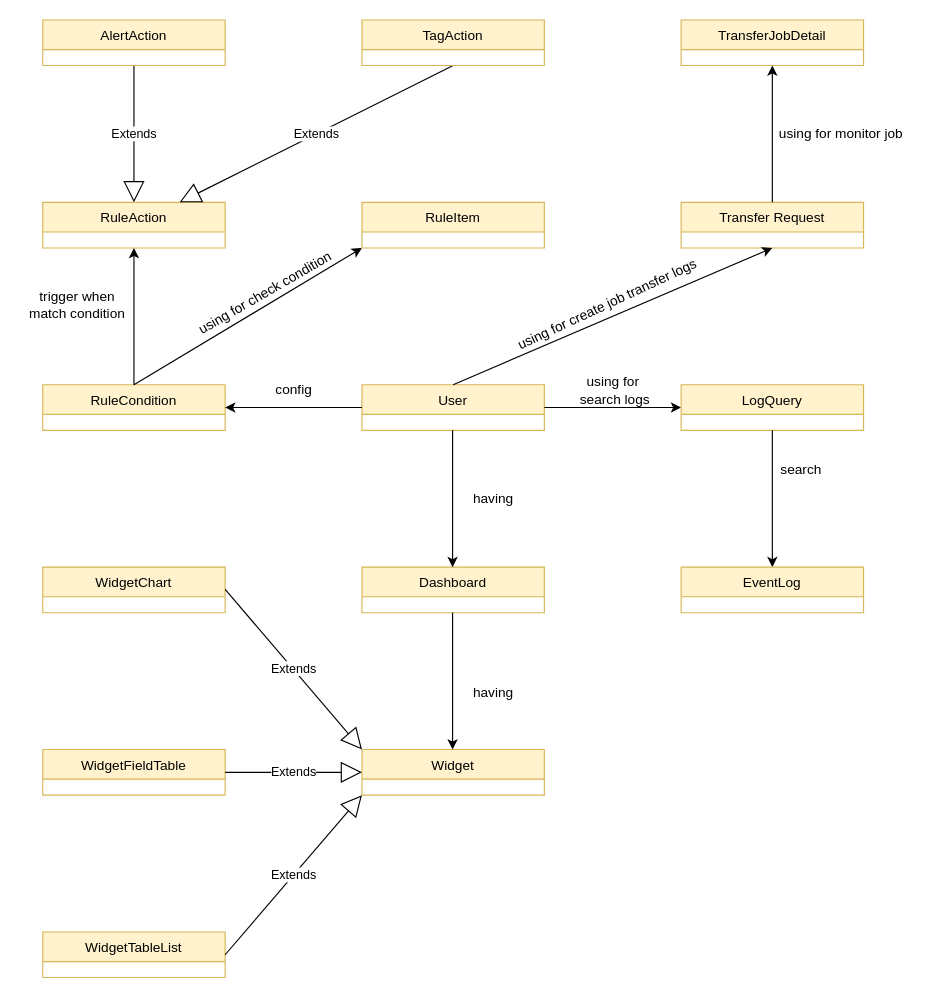
The draw.io diagram Untitled Diagram.drawio in ndhcoder/my-configs, before the edit. Source tidied: cells renumbered, new cells numbered last; positions are measured from the earlier drawing's top-left corner, leaving out a move shared by most shapes. Both pictures are drawn from the tidied source at 114%, with x=0, y=0 at pixel (19, 19).
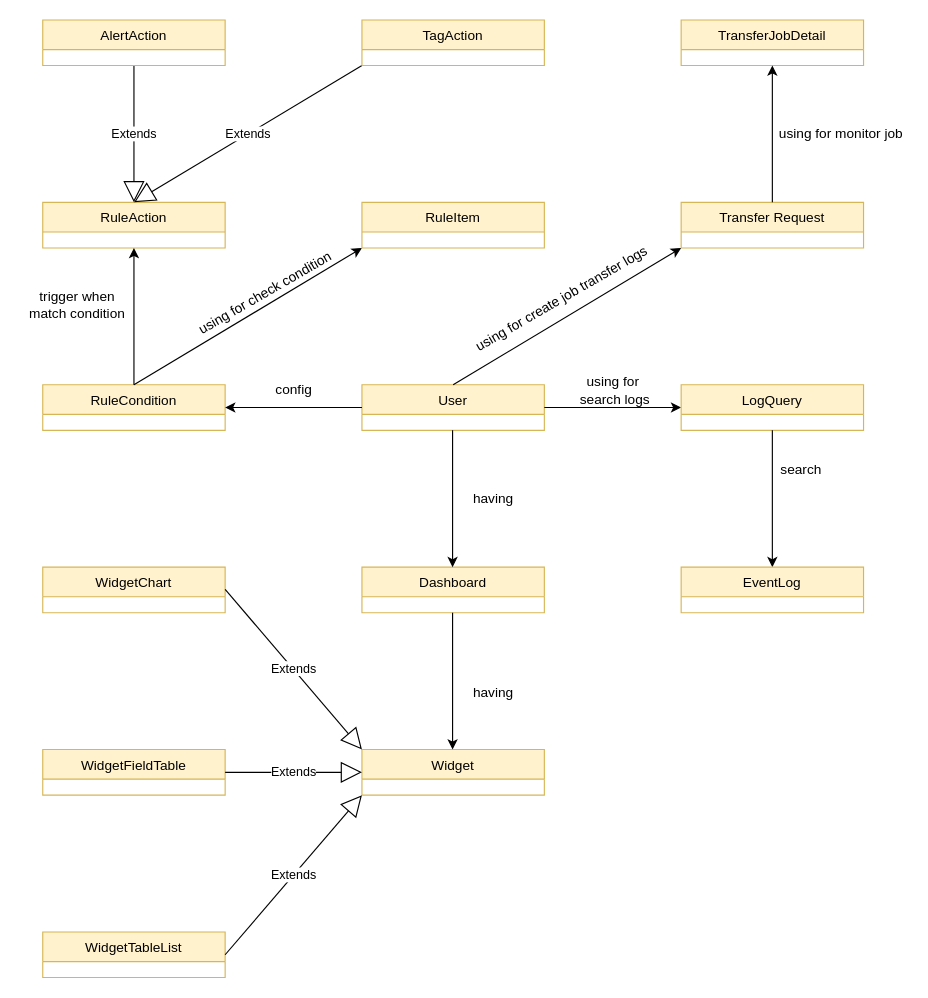
After the change.

The change refers to these unchanged cells:
```xml
<mxCell id="2" value="User" style="swimlane;fontStyle=0;align=center;verticalAlign=top;horizontal=1;startSize=26;rounded=0;shadow=0;strokeWidth=1;fillColor=#fff2cc;strokeColor=#d6b656;" parent="1" vertex="1">
  <mxGeometry x="300" y="320" width="160" height="40" as="geometry" />
</mxCell>
<mxCell id="4" value="RuleAction" style="swimlane;fontStyle=0;align=center;verticalAlign=top;horizontal=1;startSize=26;rounded=0;shadow=0;strokeWidth=1;fillColor=#fff2cc;strokeColor=#d6b656;" parent="1" vertex="1">
  <mxGeometry x="20" y="160" width="160" height="40" as="geometry" />
</mxCell>
<mxCell id="7" value="Transfer Request" style="swimlane;fontStyle=0;align=center;verticalAlign=top;horizontal=1;startSize=26;rounded=0;shadow=0;strokeWidth=1;fillColor=#fff2cc;strokeColor=#d6b656;" parent="1" vertex="1">
  <mxGeometry x="580" y="160" width="160" height="40" as="geometry" />
</mxCell>
<mxCell id="32" value="TagAction" style="swimlane;fontStyle=0;align=center;verticalAlign=top;horizontal=1;startSize=26;rounded=0;shadow=0;strokeWidth=1;fillColor=#fff2cc;strokeColor=#d6b656;" parent="1" vertex="1">
  <mxGeometry x="300" width="160" height="40" as="geometry" />
</mxCell>
```

What changed in the source:
```diff
@@
-    <mxCell id="26" value="Extends" style="endArrow=block;endSize=16;endFill=0;html=1;exitX=0.5;exitY=1;exitDx=0;exitDy=0;entryX=0.75;entryY=0;entryDx=0;entryDy=0;" parent="1" edge="1" source="32" target="4">
+    <mxCell id="26" value="Extends" style="endArrow=block;endSize=16;endFill=0;html=1;exitX=0;exitY=1;exitDx=0;exitDy=0;entryX=0.5;entryY=0;entryDx=0;entryDy=0;" parent="1" edge="1" source="32" target="4">
       <mxGeometry relative="1" as="geometry" />
     </mxCell>
@@
-    <mxCell id="36" style="endArrow=classic;html=1;entryX=0.5;entryY=1;entryDx=0;entryDy=0;exitX=0.5;exitY=0;exitDx=0;exitDy=0;" parent="1" edge="1" source="2" target="7">
+    <mxCell id="36" style="endArrow=classic;html=1;entryX=0;entryY=1;entryDx=0;entryDy=0;exitX=0.5;exitY=0;exitDx=0;exitDy=0;" parent="1" edge="1" source="2" target="7">
       <mxGeometry relative="1" as="geometry" />
     </mxCell>
-    <mxCell id="37" value="using for create job transfer logs" style="text;html=1;align=center;verticalAlign=middle;rotation=-25;" parent="1" vertex="1">
-      <mxGeometry x="420" y="240" width="190" height="20" as="geometry" />
+    <mxCell id="37" value="using for create job transfer logs" style="text;html=1;align=center;verticalAlign=middle;rotation=-30;" parent="1" vertex="1">
+      <mxGeometry x="380" y="235" width="190" height="20" as="geometry" />
     </mxCell>
```
